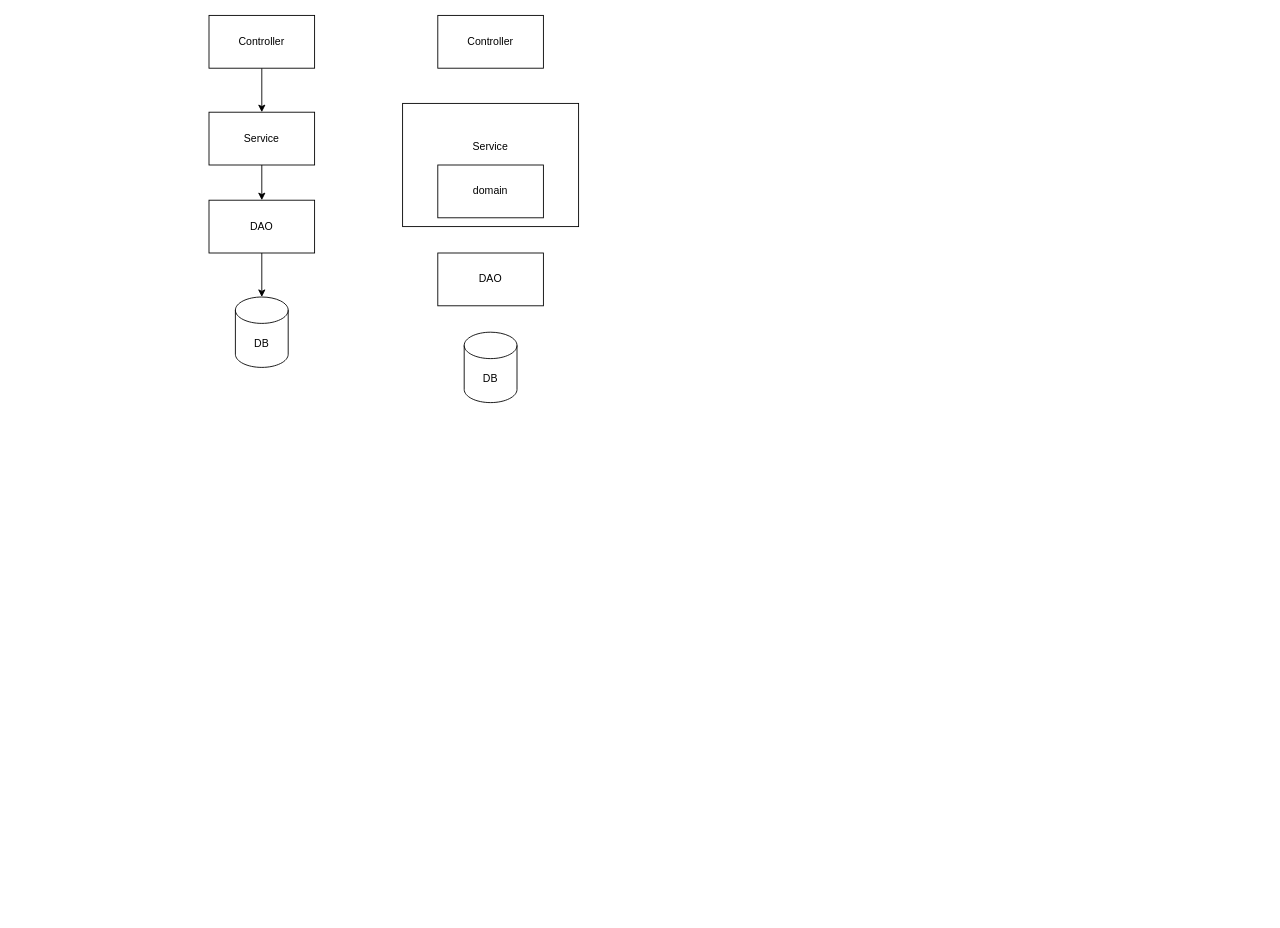
Before: 架构演进.drawio in lipeng260/drawio, a draw.io diagram. Source tidied: cells renumbered, new cells numbered last; positions are measured from the earlier drawing's top-left corner, leaving out a move shared by most shapes. Both pictures are drawn from the tidied source at 88%, with x=0, y=0 at pixel (209, 15).
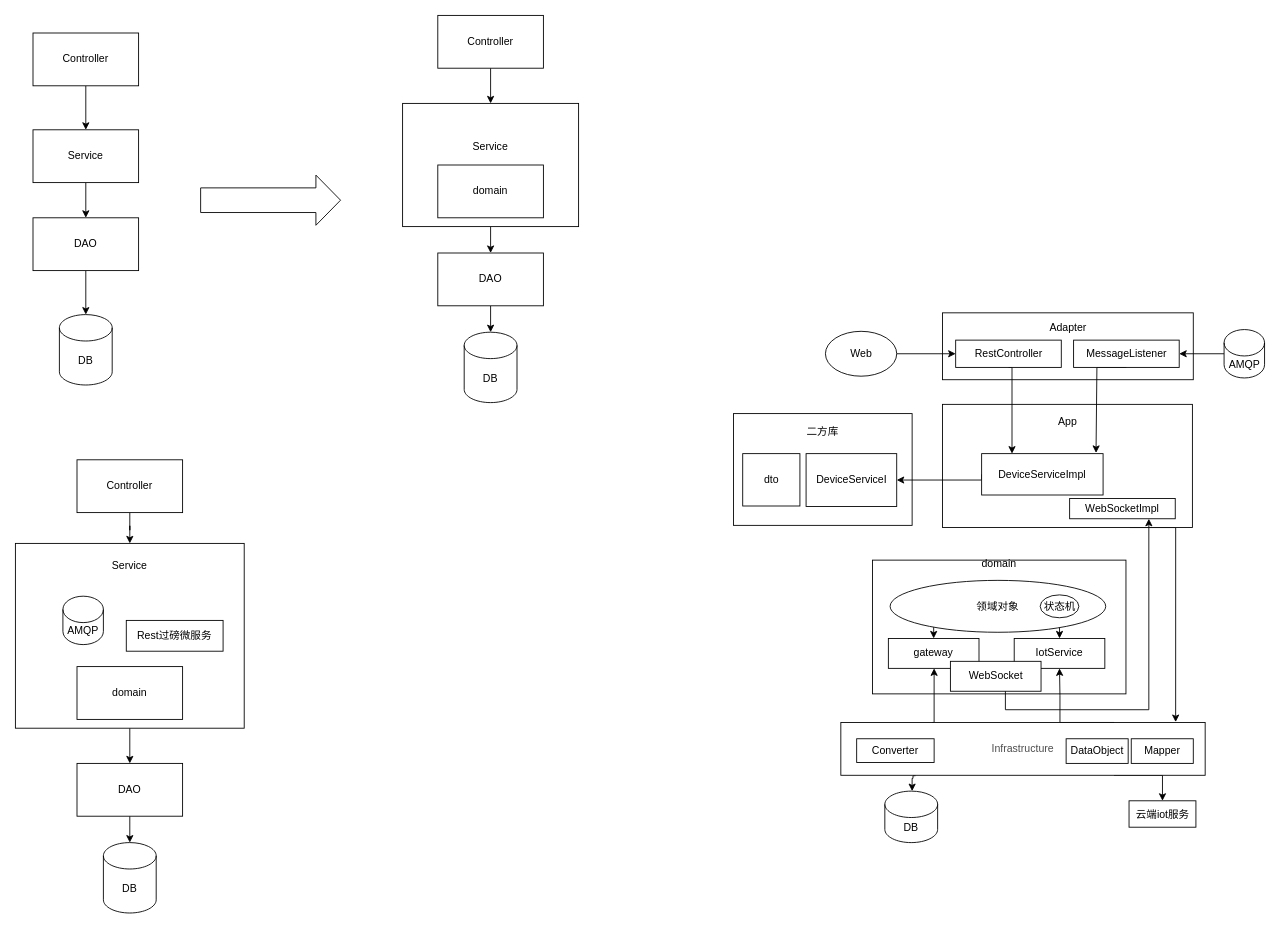
The same page after the edit.

The change refers to these unchanged cells:
```xml
<mxCell id="9" value="Controller" style="rounded=0;whiteSpace=wrap;html=1;" parent="1" vertex="1">
  <mxGeometry x="260" width="120" height="60" as="geometry" />
</mxCell>
<mxCell id="10" value="Service&lt;br&gt;&lt;br&gt;&lt;br&gt;&lt;br&gt;" style="rounded=0;whiteSpace=wrap;html=1;" parent="1" vertex="1">
  <mxGeometry x="220" y="100" width="200" height="140" as="geometry" />
</mxCell>
<mxCell id="12" value="DAO" style="rounded=0;whiteSpace=wrap;html=1;" parent="1" vertex="1">
  <mxGeometry x="260" y="270" width="120" height="60" as="geometry" />
</mxCell>
<mxCell id="13" value="DB" style="shape=cylinder3;whiteSpace=wrap;html=1;boundedLbl=1;backgroundOutline=1;size=15;" parent="1" vertex="1">
  <mxGeometry x="290" y="360" width="60" height="80" as="geometry" />
</mxCell>
```

Change to the diagram source:
```diff
@@
+    <mxCell id="14" value="二方库&lt;br&gt;&lt;br&gt;&lt;br&gt;&lt;br&gt;&lt;br&gt;&lt;br&gt;&lt;br&gt;" style="rounded=0;whiteSpace=wrap;html=1;" parent="1" vertex="1">
+      <mxGeometry x="596" y="452.5" width="203" height="127" as="geometry" />
+    </mxCell>
@@
     <mxCell id="3" value="Controller" style="rounded=0;whiteSpace=wrap;html=1;" parent="1" vertex="1">
-      <mxGeometry width="120" height="60" as="geometry" />
+      <mxGeometry x="-200" y="20" width="120" height="60" as="geometry" />
     </mxCell>
@@
     <mxCell id="5" value="Service" style="rounded=0;whiteSpace=wrap;html=1;" parent="1" vertex="1">
-      <mxGeometry y="110" width="120" height="60" as="geometry" />
+      <mxGeometry x="-200" y="130" width="120" height="60" as="geometry" />
     </mxCell>
@@
     <mxCell id="7" value="DAO" style="rounded=0;whiteSpace=wrap;html=1;" parent="1" vertex="1">
-      <mxGeometry y="210" width="120" height="60" as="geometry" />
+      <mxGeometry x="-200" y="230" width="120" height="60" as="geometry" />
     </mxCell>
     <mxCell id="8" value="DB" style="shape=cylinder3;whiteSpace=wrap;html=1;boundedLbl=1;backgroundOutline=1;size=15;" parent="1" vertex="1">
-      <mxGeometry x="30" y="320" width="60" height="80" as="geometry" />
+      <mxGeometry x="-170" y="340" width="60" height="80" as="geometry" />
     </mxCell>
+    <mxCell id="15" style="edgeStyle=orthogonalEdgeStyle;rounded=0;jettySize=auto;html=1;exitX=0.5;exitY=1;exitDx=0;exitDy=0;" parent="1" edge="1" source="9" target="10">
+      <mxGeometry relative="1" as="geometry" />
+    </mxCell>
@@
+    <mxCell id="16" style="edgeStyle=orthogonalEdgeStyle;rounded=0;jettySize=auto;html=1;exitX=0.5;exitY=1;exitDx=0;exitDy=0;entryX=0.5;entryY=0;entryDx=0;entryDy=0;" parent="1" edge="1" source="10" target="12">
+      <mxGeometry relative="1" as="geometry" />
+    </mxCell>
@@
+    <mxCell id="17" style="edgeStyle=orthogonalEdgeStyle;rounded=0;jettySize=auto;html=1;exitX=0.5;exitY=1;exitDx=0;exitDy=0;entryX=0.5;entryY=0;entryDx=0;entryDy=0;entryPerimeter=0;" parent="1" edge="1" source="12" target="13">
+      <mxGeometry relative="1" as="geometry" />
+    </mxCell>
@@
+    <mxCell id="18" style="shape=flexArrow;endArrow=classic;html=1;width=28;endSize=9;endWidth=28;" parent="1" edge="1">
+      <mxGeometry relative="1" as="geometry">
+        <mxPoint x="-10" y="210" as="sourcePoint" />
+        <mxPoint x="150" y="210" as="targetPoint" />
+      </mxGeometry>
+    </mxCell>
+    <mxCell id="19" style="edgeStyle=orthogonalEdgeStyle;rounded=0;jettySize=auto;html=1;exitX=0.5;exitY=1;exitDx=0;exitDy=0;" parent="1" edge="1" source="20" target="22">
+      <mxGeometry relative="1" as="geometry" />
+    </mxCell>
+    <mxCell id="20" value="Controller" style="rounded=0;whiteSpace=wrap;html=1;" parent="1" vertex="1">
+      <mxGeometry x="-150" y="505" width="120" height="60" as="geometry" />
+    </mxCell>
+    <mxCell id="21" style="edgeStyle=orthogonalEdgeStyle;rounded=0;jettySize=auto;html=1;exitX=0.5;exitY=1;exitDx=0;exitDy=0;entryX=0.5;entryY=0;entryDx=0;entryDy=0;" parent="1" edge="1" source="22" target="25">
+      <mxGeometry relative="1" as="geometry" />
+    </mxCell>
+    <mxCell id="22" value="Service&lt;br&gt;&lt;br&gt;&lt;br&gt;&lt;br&gt;&lt;br&gt;&lt;br&gt;&lt;br&gt;&lt;br&gt;&lt;br&gt;&lt;br&gt;&lt;br&gt;&lt;br&gt;" style="rounded=0;whiteSpace=wrap;html=1;" parent="1" vertex="1">
+      <mxGeometry x="-220" y="600" width="260" height="210" as="geometry" />
+    </mxCell>
+    <mxCell id="23" value="domain" style="rounded=0;whiteSpace=wrap;html=1;" parent="1" vertex="1">
+      <mxGeometry x="-150" y="740" width="120" height="60" as="geometry" />
+    </mxCell>
+    <mxCell id="24" style="edgeStyle=orthogonalEdgeStyle;rounded=0;jettySize=auto;html=1;exitX=0.5;exitY=1;exitDx=0;exitDy=0;entryX=0.5;entryY=0;entryDx=0;entryDy=0;entryPerimeter=0;" parent="1" edge="1" source="25" target="26">
+      <mxGeometry relative="1" as="geometry" />
+    </mxCell>
+    <mxCell id="25" value="DAO" style="rounded=0;whiteSpace=wrap;html=1;" parent="1" vertex="1">
+      <mxGeometry x="-150" y="850" width="120" height="60" as="geometry" />
+    </mxCell>
+    <mxCell id="26" value="DB" style="shape=cylinder3;whiteSpace=wrap;html=1;boundedLbl=1;backgroundOutline=1;size=15;" parent="1" vertex="1">
+      <mxGeometry x="-120" y="940" width="60" height="80" as="geometry" />
+    </mxCell>
+    <mxCell id="27" value="AMQP" style="shape=cylinder3;whiteSpace=wrap;html=1;boundedLbl=1;backgroundOutline=1;size=15;" parent="1" vertex="1">
+      <mxGeometry x="-166" y="660" width="46" height="55" as="geometry" />
+    </mxCell>
+    <mxCell id="28" value="Rest过磅微服务" style="rounded=0;whiteSpace=wrap;html=1;" parent="1" vertex="1">
+      <mxGeometry x="-94" y="687.5" width="110" height="35" as="geometry" />
+    </mxCell>
+    <mxCell id="29" value="Adapter&lt;br&gt;&lt;br&gt;&lt;br&gt;&lt;br&gt;" style="rounded=0;whiteSpace=wrap;html=1;" parent="1" vertex="1">
+      <mxGeometry x="833.5" y="338" width="285" height="76" as="geometry" />
+    </mxCell>
+    <mxCell id="30" value="domain&lt;br&gt;&lt;br&gt;&lt;br&gt;&lt;br&gt;&lt;br&gt;&lt;br&gt;&lt;br&gt;&lt;br&gt;&lt;br&gt;&lt;br&gt;&lt;br&gt;" style="rounded=0;whiteSpace=wrap;html=1;" parent="1" vertex="1">
+      <mxGeometry x="754" y="619" width="288" height="152" as="geometry" />
+    </mxCell>
+    <mxCell id="31" style="edgeStyle=orthogonalEdgeStyle;rounded=0;jettySize=auto;html=1;exitX=0.25;exitY=0;exitDx=0;exitDy=0;" parent="1" edge="1" source="35" target="53">
+      <mxGeometry relative="1" as="geometry">
+        <Array as="points">
+          <mxPoint x="824" y="804" />
+        </Array>
+      </mxGeometry>
+    </mxCell>
+    <mxCell id="32" style="edgeStyle=orthogonalEdgeStyle;rounded=0;jettySize=auto;html=1;exitX=0.75;exitY=0;exitDx=0;exitDy=0;entryX=0.5;entryY=1;entryDx=0;entryDy=0;" parent="1" edge="1" source="35" target="52">
+      <mxGeometry relative="1" as="geometry">
+        <Array as="points">
+          <mxPoint x="967" y="804" />
+          <mxPoint x="967" y="773" />
+        </Array>
+      </mxGeometry>
+    </mxCell>
+    <mxCell id="33" style="edgeStyle=orthogonalEdgeStyle;rounded=0;jettySize=auto;html=1;exitX=0.205;exitY=1.008;exitDx=0;exitDy=0;exitPerimeter=0;" parent="1" edge="1" source="35" target="36">
+      <mxGeometry relative="1" as="geometry">
+        <Array as="points">
+          <mxPoint x="800" y="867" />
+          <mxPoint x="799" y="867" />
+        </Array>
+      </mxGeometry>
+    </mxCell>
+    <mxCell id="34" style="edgeStyle=orthogonalEdgeStyle;rounded=0;jettySize=auto;html=1;exitX=0.75;exitY=1;exitDx=0;exitDy=0;entryX=0.5;entryY=0;entryDx=0;entryDy=0;" parent="1" edge="1" source="35" target="39">
+      <mxGeometry relative="1" as="geometry">
+        <Array as="points">
+          <mxPoint x="1083.5" y="863.5" />
+        </Array>
+      </mxGeometry>
+    </mxCell>
+    <mxCell id="35" value="&lt;span style=&quot;color: rgb(77 , 77 , 77) ; background-color: rgb(255 , 255 , 255)&quot;&gt;&lt;font style=&quot;font-size: 12px&quot;&gt;Infrastructure&lt;/font&gt;&lt;/span&gt;" style="rounded=0;whiteSpace=wrap;html=1;" parent="1" vertex="1">
+      <mxGeometry x="718" y="803.5" width="414" height="60" as="geometry" />
+    </mxCell>
+    <mxCell id="36" value="DB" style="shape=cylinder3;whiteSpace=wrap;html=1;boundedLbl=1;backgroundOutline=1;size=15;" parent="1" vertex="1">
+      <mxGeometry x="768" y="881.5" width="60" height="58.5" as="geometry" />
+    </mxCell>
+    <mxCell id="37" style="edgeStyle=orthogonalEdgeStyle;rounded=0;jettySize=auto;html=1;exitX=0;exitY=0.5;exitDx=0;exitDy=0;exitPerimeter=0;entryX=1;entryY=0.5;entryDx=0;entryDy=0;" parent="1" edge="1" source="38" target="43">
+      <mxGeometry relative="1" as="geometry" />
+    </mxCell>
+    <mxCell id="38" value="AMQP" style="shape=cylinder3;whiteSpace=wrap;html=1;boundedLbl=1;backgroundOutline=1;size=15;" parent="1" vertex="1">
+      <mxGeometry x="1153.5" y="357" width="46" height="55" as="geometry" />
+    </mxCell>
+    <mxCell id="39" value="云端iot服务" style="rounded=0;whiteSpace=wrap;html=1;" parent="1" vertex="1">
+      <mxGeometry x="1045.5" y="892.5" width="76" height="30" as="geometry" />
+    </mxCell>
+    <mxCell id="40" style="edgeStyle=orthogonalEdgeStyle;rounded=0;jettySize=auto;html=1;exitX=0.75;exitY=1;exitDx=0;exitDy=0;entryX=0.919;entryY=-0.008;entryDx=0;entryDy=0;entryPerimeter=0;" parent="1" edge="1" source="41" target="35">
+      <mxGeometry relative="1" as="geometry">
+        <Array as="points">
+          <mxPoint x="1099" y="582" />
+        </Array>
+      </mxGeometry>
+    </mxCell>
+    <mxCell id="41" value="App&lt;br&gt;&lt;br&gt;&lt;br&gt;&lt;br&gt;&lt;br&gt;&lt;br&gt;&lt;br&gt;&lt;br&gt;" style="rounded=0;whiteSpace=wrap;html=1;" parent="1" vertex="1">
+      <mxGeometry x="833.5" y="442" width="284" height="140" as="geometry" />
+    </mxCell>
+    <mxCell id="42" style="edgeStyle=orthogonalEdgeStyle;rounded=0;jettySize=auto;html=1;exitX=0.5;exitY=1;exitDx=0;exitDy=0;entryX=0.942;entryY=-0.018;entryDx=0;entryDy=0;entryPerimeter=0;" parent="1" edge="1" source="43" target="49">
+      <mxGeometry relative="1" as="geometry">
+        <Array as="points">
+          <mxPoint x="1009" y="400" />
+          <mxPoint x="1009" y="498" />
+        </Array>
+      </mxGeometry>
+    </mxCell>
+    <mxCell id="43" value="MessageListener" style="rounded=0;whiteSpace=wrap;html=1;" parent="1" vertex="1">
+      <mxGeometry x="982.5" y="369" width="120" height="31" as="geometry" />
+    </mxCell>
+    <mxCell id="44" style="edgeStyle=orthogonalEdgeStyle;rounded=0;jettySize=auto;html=1;exitX=0.5;exitY=1;exitDx=0;exitDy=0;entryX=0.25;entryY=0;entryDx=0;entryDy=0;" parent="1" edge="1" source="45" target="49">
+      <mxGeometry relative="1" as="geometry">
+        <Array as="points">
+          <mxPoint x="913" y="400" />
+        </Array>
+      </mxGeometry>
+    </mxCell>
+    <mxCell id="45" value="RestController" style="rounded=0;whiteSpace=wrap;html=1;" parent="1" vertex="1">
+      <mxGeometry x="848.5" y="369" width="120" height="31" as="geometry" />
+    </mxCell>
+    <mxCell id="46" style="edgeStyle=orthogonalEdgeStyle;rounded=0;jettySize=auto;html=1;" parent="1" edge="1" source="47" target="45">
+      <mxGeometry relative="1" as="geometry" />
+    </mxCell>
+    <mxCell id="47" value="Web" style="ellipse;whiteSpace=wrap;html=1;" parent="1" vertex="1">
+      <mxGeometry x="700.5" y="359" width="81" height="51" as="geometry" />
+    </mxCell>
+    <mxCell id="48" style="edgeStyle=orthogonalEdgeStyle;rounded=0;jettySize=auto;html=1;exitX=0;exitY=0.5;exitDx=0;exitDy=0;" parent="1" edge="1" source="49" target="50">
+      <mxGeometry relative="1" as="geometry">
+        <Array as="points">
+          <mxPoint x="878" y="528" />
+        </Array>
+      </mxGeometry>
+    </mxCell>
+    <mxCell id="49" value="DeviceServiceImpl" style="rounded=0;whiteSpace=wrap;html=1;" parent="1" vertex="1">
+      <mxGeometry x="878" y="498" width="138" height="47" as="geometry" />
+    </mxCell>
+    <mxCell id="50" value="DeviceServiceI" style="rounded=0;whiteSpace=wrap;html=1;" parent="1" vertex="1">
+      <mxGeometry x="678.5" y="498" width="103" height="60" as="geometry" />
+    </mxCell>
+    <mxCell id="51" value="dto" style="rounded=0;whiteSpace=wrap;html=1;" parent="1" vertex="1">
+      <mxGeometry x="606.5" y="498" width="65" height="59.5" as="geometry" />
+    </mxCell>
+    <mxCell id="52" value="IotService" style="rounded=0;whiteSpace=wrap;html=1;" parent="1" vertex="1">
+      <mxGeometry x="915" y="708" width="103" height="34" as="geometry" />
+    </mxCell>
+    <mxCell id="53" value="gateway" style="rounded=0;whiteSpace=wrap;html=1;" parent="1" vertex="1">
+      <mxGeometry x="772" y="708" width="103" height="34" as="geometry" />
+    </mxCell>
+    <mxCell id="54" style="edgeStyle=orthogonalEdgeStyle;rounded=0;jettySize=auto;html=1;exitX=0;exitY=1;exitDx=0;exitDy=0;entryX=0.5;entryY=0;entryDx=0;entryDy=0;" parent="1" edge="1" source="56" target="53">
+      <mxGeometry relative="1" as="geometry" />
+    </mxCell>
+    <mxCell id="55" style="edgeStyle=orthogonalEdgeStyle;rounded=0;jettySize=auto;html=1;exitX=1;exitY=1;exitDx=0;exitDy=0;entryX=0.5;entryY=0;entryDx=0;entryDy=0;" parent="1" edge="1" source="56" target="52">
+      <mxGeometry relative="1" as="geometry" />
+    </mxCell>
+    <mxCell id="56" value="领域对象" style="ellipse;whiteSpace=wrap;html=1;" parent="1" vertex="1">
+      <mxGeometry x="774" y="642" width="245" height="59" as="geometry" />
+    </mxCell>
+    <mxCell id="57" value="状态机" style="ellipse;whiteSpace=wrap;html=1;" parent="1" vertex="1">
+      <mxGeometry x="944.5" y="658.5" width="44" height="26" as="geometry" />
+    </mxCell>
+    <mxCell id="58" style="edgeStyle=orthogonalEdgeStyle;rounded=0;jettySize=auto;html=1;exitX=1;exitY=0.5;exitDx=0;exitDy=0;entryX=0.75;entryY=1;entryDx=0;entryDy=0;" parent="1" edge="1" source="59" target="63">
+      <mxGeometry relative="1" as="geometry">
+        <Array as="points">
+          <mxPoint x="905" y="751" />
+          <mxPoint x="905" y="789" />
+          <mxPoint x="1068" y="789" />
+        </Array>
+      </mxGeometry>
+    </mxCell>
+    <mxCell id="59" value="WebSocket" style="rounded=0;whiteSpace=wrap;html=1;" parent="1" vertex="1">
+      <mxGeometry x="842.5" y="734" width="103" height="34" as="geometry" />
+    </mxCell>
+    <mxCell id="60" value="DataObject" style="rounded=0;whiteSpace=wrap;html=1;" parent="1" vertex="1">
+      <mxGeometry x="974" y="822" width="70.5" height="28" as="geometry" />
+    </mxCell>
+    <mxCell id="61" value="Converter" style="rounded=0;whiteSpace=wrap;html=1;" parent="1" vertex="1">
+      <mxGeometry x="736" y="822" width="88" height="27" as="geometry" />
+    </mxCell>
+    <mxCell id="62" value="Mapper" style="rounded=0;whiteSpace=wrap;html=1;" parent="1" vertex="1">
+      <mxGeometry x="1048" y="822" width="70.5" height="28" as="geometry" />
+    </mxCell>
+    <mxCell id="63" value="WebSocketImpl" style="rounded=0;whiteSpace=wrap;html=1;" parent="1" vertex="1">
+      <mxGeometry x="978" y="549" width="120" height="23" as="geometry" />
+    </mxCell>
```
